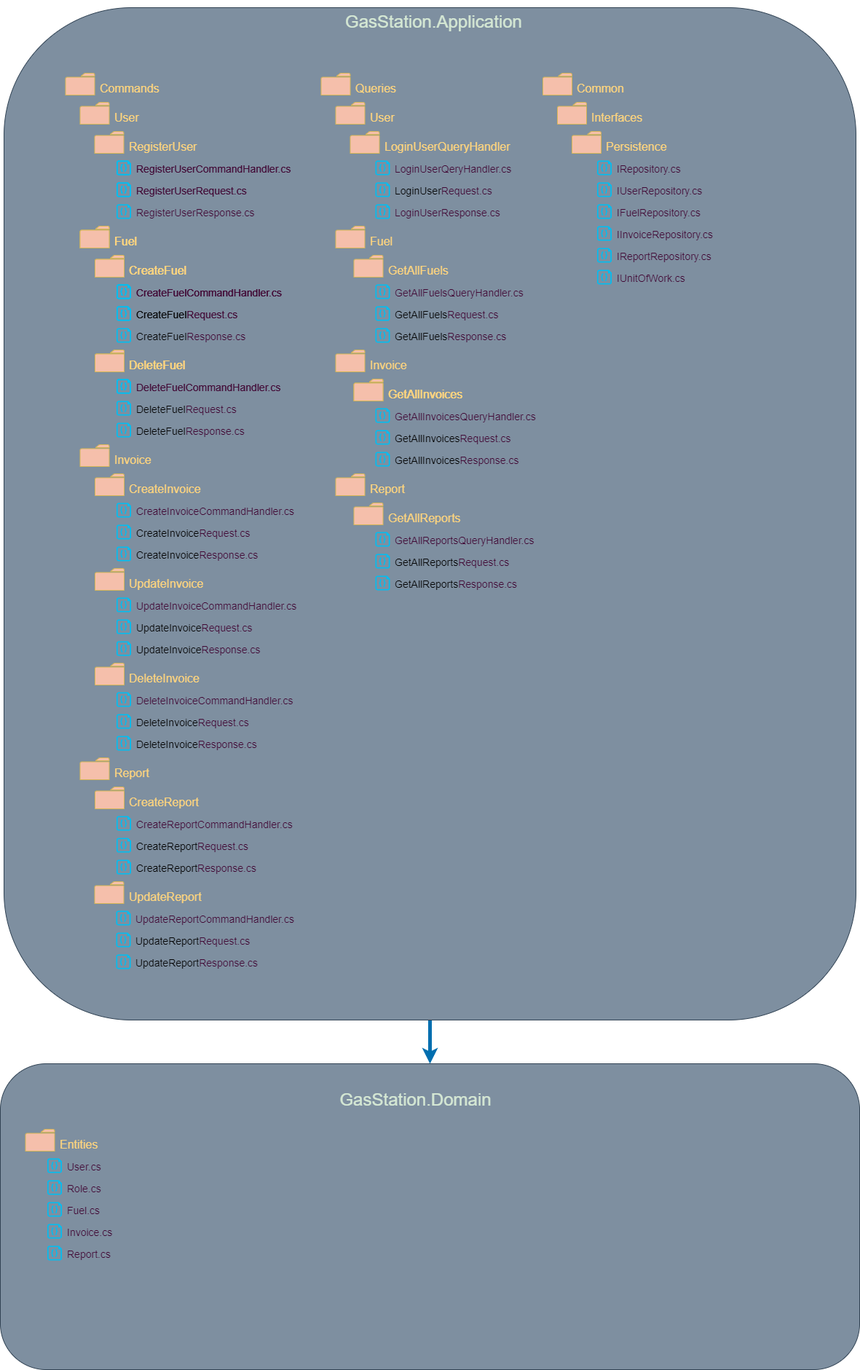
Above: doc/images/DDD-Layer.png in NyIIIa/GasStation (draw.io), before the change. Source tidied: cells renumbered, new cells last; positions are measured from the earlier drawing's top-left corner, leaving out a move shared by most shapes.
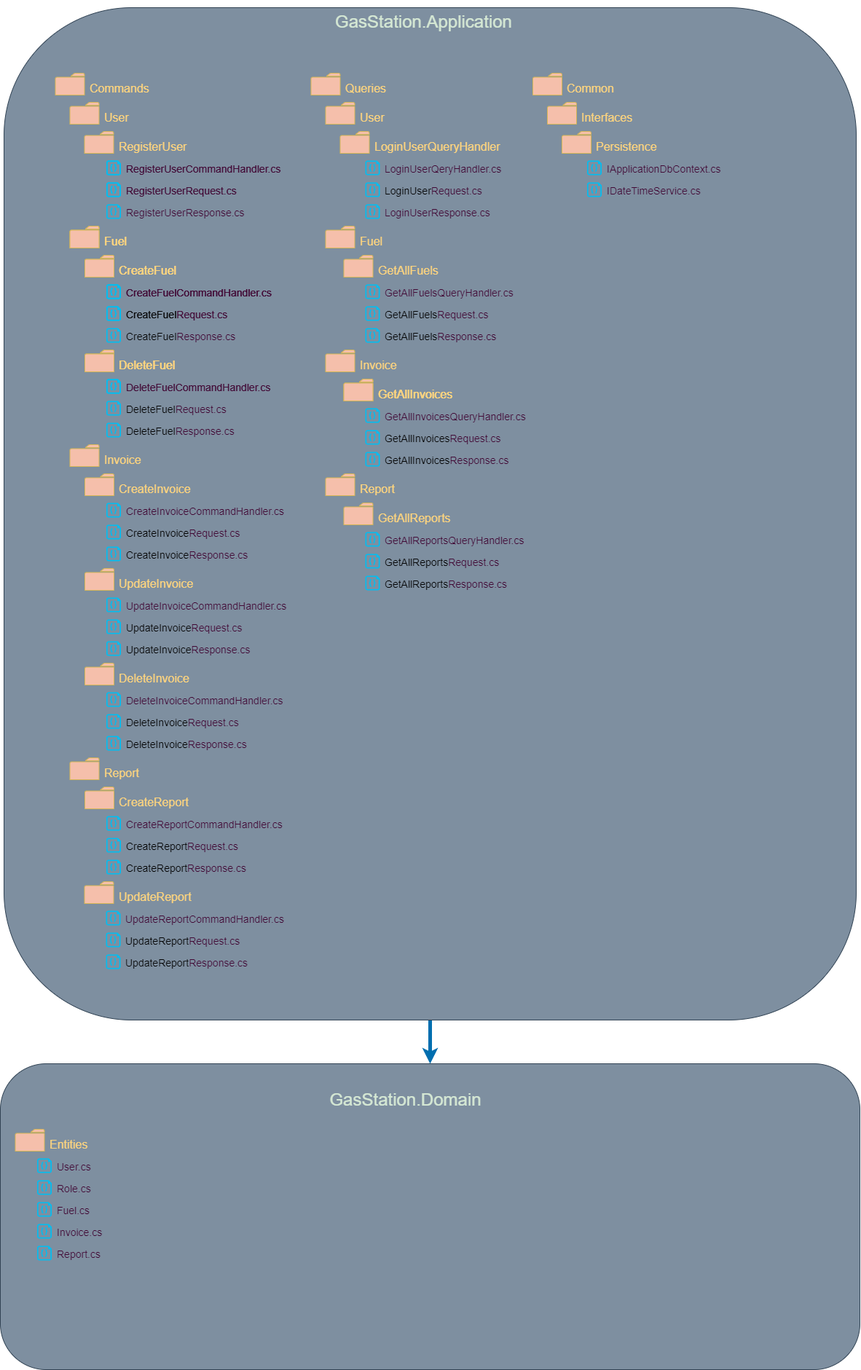
After the change.

Commit message:
update persistence folder App layer

Delete Repository & UnitOfWork patter, instead add IApplicationDbContext & IDateTimeService

Diff of the diagram source:
```diff
@@ -3,7 +3,7 @@
     <mxCell id="0" />
     <mxCell id="1" parent="0" />
     <mxCell id="2" style="rounded=1;whiteSpace=wrap;html=1;fillColor=#7E8FA0;strokeColor=#314354;fontColor=#ffffff;" parent="1" vertex="1">
-      <mxGeometry y="1460" width="1180" height="420" as="geometry" />
+      <mxGeometry x="14" y="1460" width="1180" height="420" as="geometry" />
     </mxCell>
     <mxCell id="3" value="&lt;span style=&quot;font-weight: normal;&quot;&gt;&lt;font color=&quot;#d5e8d4&quot;&gt;GasStation.Domain&lt;/font&gt;&lt;/span&gt;" style="text;strokeColor=none;fillColor=none;html=1;fontSize=24;fontStyle=1;verticalAlign=middle;align=center;" parent="1" vertex="1">
       <mxGeometry x="399" y="1480" width="341" height="60" as="geometry" />
@@ -27,7 +27,7 @@
       <mxGeometry relative="1" as="geometry" />
     </mxCell>
     <mxCell id="10" style="rounded=1;whiteSpace=wrap;html=1;fillColor=#7E8FA0;strokeColor=#314354;fontColor=#ffffff;" parent="1" vertex="1">
-      <mxGeometry x="5" y="10" width="1170" height="1390" as="geometry" />
+      <mxGeometry x="19" y="10" width="1170" height="1390" as="geometry" />
     </mxCell>
     <mxCell id="11" value="&lt;span style=&quot;font-weight: normal;&quot;&gt;&lt;font color=&quot;#d5e8d4&quot;&gt;GasStation.Application&lt;br&gt;&lt;/font&gt;&lt;/span&gt;" style="text;strokeColor=none;fillColor=none;html=1;fontSize=24;fontStyle=1;verticalAlign=middle;align=center;" parent="1" vertex="1">
       <mxGeometry x="424.5" width="341" height="60" as="geometry" />
@@ -41,18 +41,9 @@
     <mxCell id="14" value="&lt;font color=&quot;#ffd57e&quot;&gt;&lt;span style=&quot;font-size: 16px;&quot;&gt;Persistence&lt;/span&gt;&lt;/font&gt;" style="sketch=0;shadow=0;dashed=0;html=1;strokeColor=#d6b656;labelPosition=right;verticalLabelPosition=middle;verticalAlign=middle;align=left;shape=mxgraph.office.concepts.folder;fillColor=#f5bfab;spacingRight=0;spacingLeft=5;spacingBottom=0;spacingTop=11;" parent="1" vertex="1">
       <mxGeometry x="785" y="180" width="40" height="30" as="geometry" />
     </mxCell>
-    <mxCell id="15" value="&lt;font color=&quot;#410935&quot; style=&quot;font-size: 14px;&quot;&gt;IRepository.cs&lt;/font&gt;" style="verticalLabelPosition=middle;html=1;verticalAlign=middle;align=left;strokeColor=none;fillColor=#00BEF2;shape=mxgraph.azure.code_file;labelPosition=right;fontSize=14;spacingLeft=5;spacingTop=4;" parent="1" vertex="1">
+    <mxCell id="15" value="&lt;font color=&quot;#410935&quot; style=&quot;font-size: 14px;&quot;&gt;IApplicationDbContext.cs&lt;/font&gt;" style="verticalLabelPosition=middle;html=1;verticalAlign=middle;align=left;strokeColor=none;fillColor=#00BEF2;shape=mxgraph.azure.code_file;labelPosition=right;fontSize=14;spacingLeft=5;spacingTop=4;" parent="1" vertex="1">
       <mxGeometry x="819.5" y="220" width="20" height="20" as="geometry" />
     </mxCell>
-    <mxCell id="16" value="&lt;font color=&quot;#410935&quot; style=&quot;font-size: 14px;&quot;&gt;IUserRepository.cs&lt;/font&gt;" style="verticalLabelPosition=middle;html=1;verticalAlign=middle;align=left;strokeColor=none;fillColor=#00BEF2;shape=mxgraph.azure.code_file;labelPosition=right;fontSize=14;spacingLeft=5;spacingTop=4;" parent="1" vertex="1">
-      <mxGeometry x="819.5" y="250" width="20" height="20" as="geometry" />
-    </mxCell>
-    <mxCell id="17" value="&lt;font color=&quot;#410935&quot; style=&quot;font-size: 14px;&quot;&gt;IFuelRepository.cs&lt;/font&gt;" style="verticalLabelPosition=middle;html=1;verticalAlign=middle;align=left;strokeColor=none;fillColor=#00BEF2;shape=mxgraph.azure.code_file;labelPosition=right;fontSize=14;spacingLeft=5;spacingTop=4;" parent="1" vertex="1">
-      <mxGeometry x="819.5" y="280" width="20" height="20" as="geometry" />
-    </mxCell>
-    <mxCell id="18" value="&lt;font color=&quot;#410935&quot; style=&quot;font-size: 14px;&quot;&gt;IInvoiceRepository.cs&lt;/font&gt;" style="verticalLabelPosition=middle;html=1;verticalAlign=middle;align=left;strokeColor=none;fillColor=#00BEF2;shape=mxgraph.azure.code_file;labelPosition=right;fontSize=14;spacingLeft=5;spacingTop=4;" parent="1" vertex="1">
-      <mxGeometry x="819.5" y="310" width="20" height="20" as="geometry" />
-    </mxCell>
     <mxCell id="19" value="&lt;font color=&quot;#ffd57e&quot; style=&quot;font-size: 16px;&quot;&gt;Commands&lt;/font&gt;" style="sketch=0;shadow=0;dashed=0;html=1;strokeColor=#d6b656;labelPosition=right;verticalLabelPosition=middle;verticalAlign=middle;align=left;shape=mxgraph.office.concepts.folder;fillColor=#f5bfab;spacingRight=0;spacingLeft=5;spacingBottom=0;spacingTop=11;" parent="1" vertex="1">
       <mxGeometry x="89.5" y="100" width="40" height="30" as="geometry" />
     </mxCell>
@@ -257,14 +248,11 @@
     <mxCell id="86" value="&lt;font color=&quot;#ffd57e&quot; style=&quot;font-size: 16px;&quot;&gt;GetAllReports&lt;/font&gt;" style="sketch=0;shadow=0;dashed=0;html=1;strokeColor=#d6b656;labelPosition=right;verticalLabelPosition=middle;verticalAlign=middle;align=left;shape=mxgraph.office.concepts.folder;fillColor=#f5bfab;spacingRight=0;spacingLeft=5;spacingBottom=0;spacingTop=11;" parent="1" vertex="1">
       <mxGeometry x="485.5" y="690" width="40" height="30" as="geometry" />
     </mxCell>
-    <mxCell id="87" value="&lt;font color=&quot;#410935&quot; style=&quot;font-size: 14px;&quot;&gt;IReportRepository.cs&lt;/font&gt;" style="verticalLabelPosition=middle;html=1;verticalAlign=middle;align=left;strokeColor=none;fillColor=#00BEF2;shape=mxgraph.azure.code_file;labelPosition=right;fontSize=14;spacingLeft=5;spacingTop=4;" parent="1" vertex="1">
-      <mxGeometry x="819.5" y="340" width="20" height="20" as="geometry" />
-    </mxCell>
     <mxCell id="88" value="&lt;font color=&quot;#410935&quot; style=&quot;font-size: 14px;&quot;&gt;Report.cs&lt;/font&gt;" style="verticalLabelPosition=middle;html=1;verticalAlign=middle;align=left;strokeColor=none;fillColor=#00BEF2;shape=mxgraph.azure.code_file;labelPosition=right;fontSize=14;spacingLeft=5;spacingTop=4;" parent="1" vertex="1">
       <mxGeometry x="64.5" y="1710" width="20" height="20" as="geometry" />
     </mxCell>
-    <mxCell id="89" value="&lt;font color=&quot;#410935&quot; style=&quot;font-size: 14px;&quot;&gt;IUnitOfWork.cs&lt;/font&gt;" style="verticalLabelPosition=middle;html=1;verticalAlign=middle;align=left;strokeColor=none;fillColor=#00BEF2;shape=mxgraph.azure.code_file;labelPosition=right;fontSize=14;spacingLeft=5;spacingTop=4;" parent="1" vertex="1">
-      <mxGeometry x="819.5" y="370" width="20" height="20" as="geometry" />
-    </mxCell>
+    <mxCell id="90" value="&lt;font color=&quot;#410935&quot; style=&quot;font-size: 14px;&quot;&gt;IDateTimeService.cs&lt;/font&gt;" style="verticalLabelPosition=middle;html=1;verticalAlign=middle;align=left;strokeColor=none;fillColor=#00BEF2;shape=mxgraph.azure.code_file;labelPosition=right;fontSize=14;spacingLeft=5;spacingTop=4;" parent="1" vertex="1">
+      <mxGeometry x="819.5" y="250" width="20" height="20" as="geometry" />
+    </mxCell>
   </root>
 </mxGraphModel>
```
